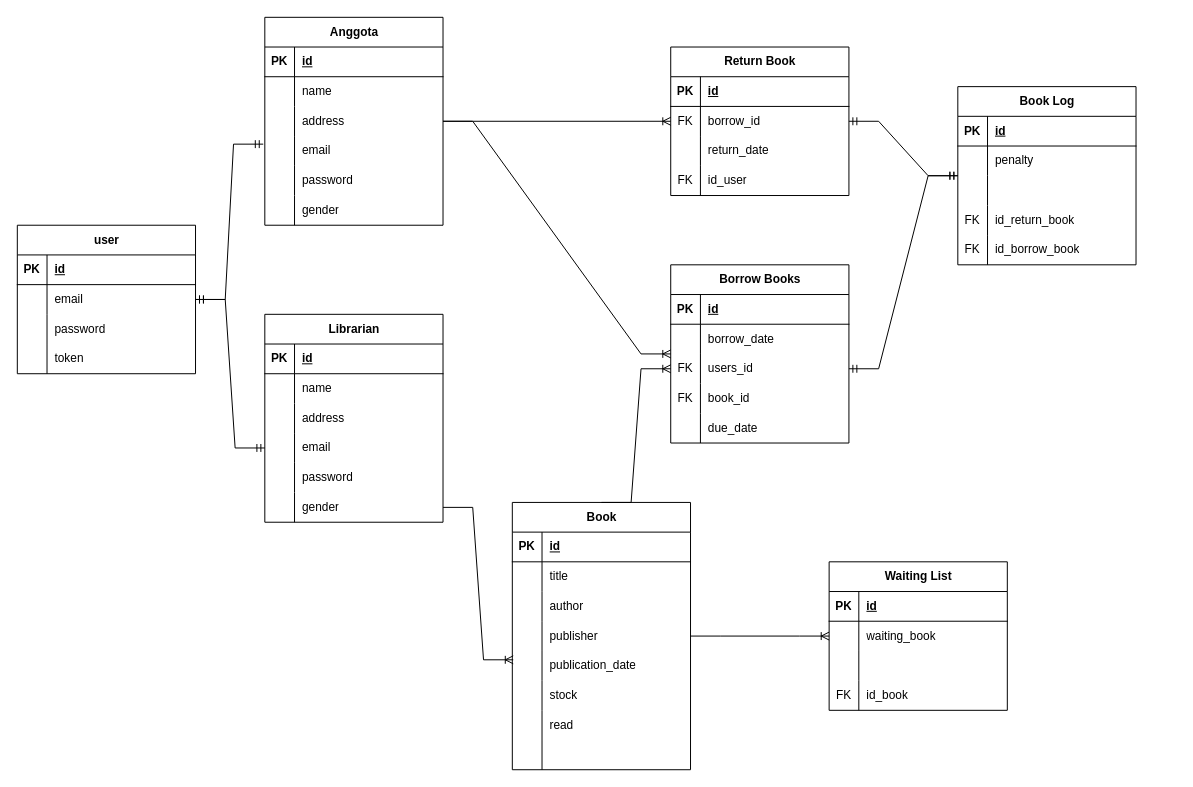
Syaal/library keeps this draw.io diagram as page "Entity" (1 of 3) of Diagram Tanpa Judul.drawio. Above is the earlier version. Source tidied: cells renumbered, new cells numbered last; positions are measured from the earlier drawing's top-left corner, leaving out a move shared by most shapes. Both pictures are drawn from the tidied source at 99%, with x=0, y=0 at pixel (17, 17).
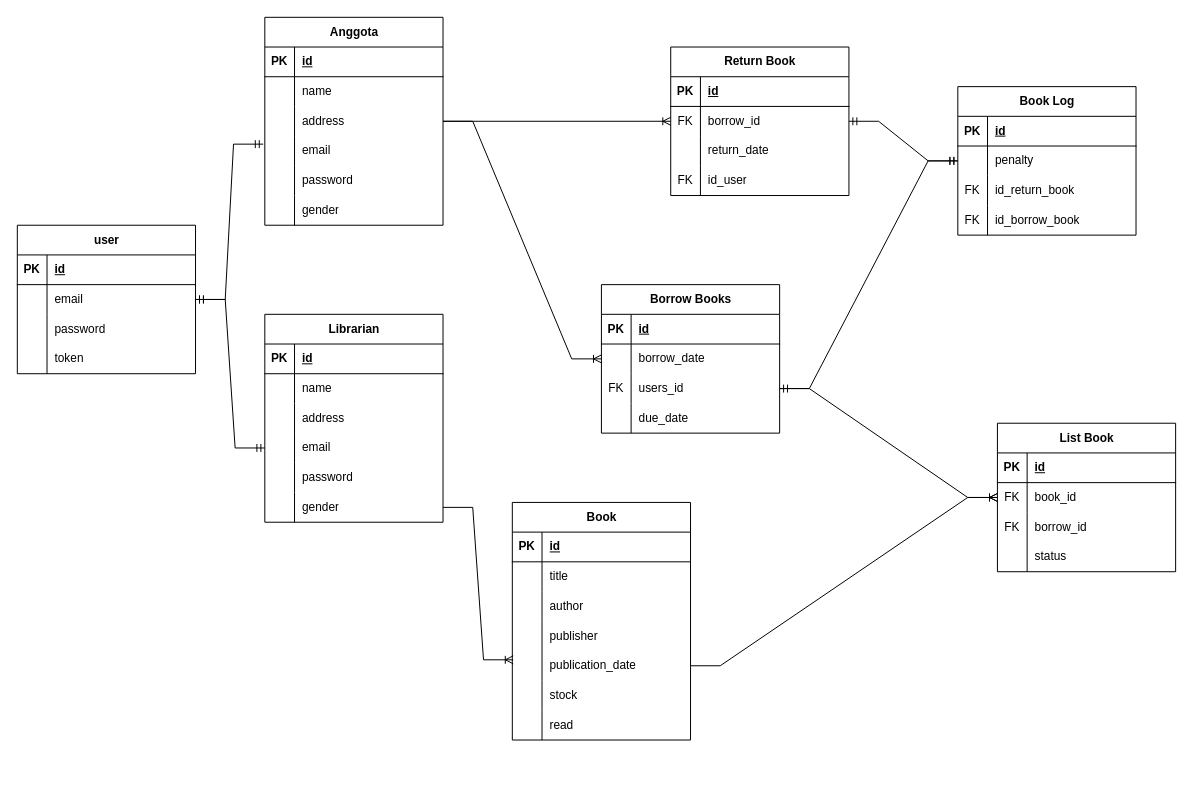
The same diagram, later.

Commit message:
Update entity bagian list book

Unchanged cells that the change refers to:
```xml
<mxCell id="15" style="shape=tableRow;horizontal=0;startSize=0;swimlaneHead=0;swimlaneBody=0;fillColor=none;points=[[0,0.5],[1,0.5]];portConstraint=eastwest;top=0;left=0;right=0;bottom=0;" parent="2" vertex="1">
  <mxGeometry y="150" width="180" height="30" as="geometry" />
</mxCell>
<mxCell id="53" style="shape=tableRow;horizontal=0;startSize=0;swimlaneHead=0;swimlaneBody=0;fillColor=none;points=[[0,0.5],[1,0.5]];portConstraint=eastwest;top=0;left=0;right=0;bottom=0;" parent="46" vertex="1">
  <mxGeometry y="90" width="180" height="30" as="geometry" />
</mxCell>
```

What changed in the source:
```diff
@@
     <mxCell id="2" value="Book" style="shape=table;startSize=30;childLayout=tableLayout;rowLines=0;fontStyle=1;align=center;html=1;" parent="1" vertex="1">
-      <mxGeometry x="500" y="490" width="180" height="270" as="geometry" />
+      <mxGeometry x="500" y="490" width="180" height="240" as="geometry" />
     </mxCell>
@@
-    <mxCell id="24" style="shape=tableRow;horizontal=0;startSize=0;swimlaneHead=0;swimlaneBody=0;fillColor=none;top=0;left=0;right=0;bottom=0;" parent="2" vertex="1">
-      <mxGeometry y="240" width="180" height="30" as="geometry" />
-    </mxCell>
-    <mxCell id="25" style="shape=partialRectangle;fillColor=none;top=0;left=0;bottom=0;right=0;overflow=hidden;whiteSpace=wrap;html=1;" parent="24" vertex="1">
-      <mxGeometry width="30" height="30" as="geometry" />
-    </mxCell>
-    <mxCell id="26" style="shape=partialRectangle;fillColor=none;top=0;left=0;bottom=0;right=0;align=left;spacingLeft=6;overflow=hidden;whiteSpace=wrap;html=1;" parent="24" vertex="1">
-      <mxGeometry x="30" width="150" height="30" as="geometry" />
-    </mxCell>
@@
     <mxCell id="46" value="Borrow Books" style="shape=table;startSize=30;childLayout=tableLayout;rowLines=0;fontStyle=1;align=center;html=1;" parent="1" vertex="1">
-      <mxGeometry x="660" y="250" width="180" height="180" as="geometry" />
+      <mxGeometry x="590" y="270" width="180" height="150" as="geometry" />
     </mxCell>
@@
-    <mxCell id="56" style="shape=tableRow;horizontal=0;startSize=0;swimlaneHead=0;swimlaneBody=0;fillColor=none;top=0;left=0;right=0;bottom=0;" parent="46" vertex="1">
-      <mxGeometry y="120" width="180" height="30" as="geometry" />
-    </mxCell>
-    <mxCell id="57" value="FK" style="shape=partialRectangle;fillColor=none;top=0;left=0;bottom=0;right=0;overflow=hidden;whiteSpace=wrap;html=1;" parent="56" vertex="1">
-      <mxGeometry width="30" height="30" as="geometry" />
-    </mxCell>
-    <mxCell id="58" value="book_id" style="shape=partialRectangle;fillColor=none;top=0;left=0;bottom=0;right=0;align=left;spacingLeft=6;overflow=hidden;whiteSpace=wrap;html=1;" parent="56" vertex="1">
-      <mxGeometry x="30" width="150" height="30" as="geometry" />
-    </mxCell>
     <mxCell id="59" style="shape=tableRow;horizontal=0;startSize=0;swimlaneHead=0;swimlaneBody=0;fillColor=none;top=0;left=0;right=0;bottom=0;" parent="46" vertex="1">
-      <mxGeometry y="150" width="180" height="30" as="geometry" />
+      <mxGeometry y="120" width="180" height="30" as="geometry" />
     </mxCell>
@@
-    <mxCell id="63" style="edgeStyle=entityRelationEdgeStyle;fontSize=12;html=1;endArrow=ERoneToMany;rounded=0;exitX=0.5;exitY=0;exitDx=0;exitDy=0;entryX=0;entryY=0.5;entryDx=0;entryDy=0;" parent="1" edge="1" source="2" target="53">
-      <mxGeometry relative="1" as="geometry" />
-    </mxCell>
@@
     <mxCell id="77" value="Book Log" style="shape=table;startSize=30;childLayout=tableLayout;rowLines=0;fontStyle=1;align=center;html=1;" parent="1" vertex="1">
-      <mxGeometry x="950" y="70" width="180" height="180" as="geometry" />
+      <mxGeometry x="950" y="70" width="180" height="150" as="geometry" />
     </mxCell>
@@
-    <mxCell id="84" style="shape=tableRow;horizontal=0;startSize=0;swimlaneHead=0;swimlaneBody=0;fillColor=none;top=0;left=0;right=0;bottom=0;" parent="77" vertex="1">
-      <mxGeometry y="90" width="180" height="30" as="geometry" />
-    </mxCell>
-    <mxCell id="85" style="shape=partialRectangle;fillColor=none;top=0;left=0;bottom=0;right=0;overflow=hidden;whiteSpace=wrap;html=1;" parent="84" vertex="1">
-      <mxGeometry width="30" height="30" as="geometry" />
-    </mxCell>
-    <mxCell id="86" style="shape=partialRectangle;fillColor=none;top=0;left=0;bottom=0;right=0;align=left;spacingLeft=6;overflow=hidden;whiteSpace=wrap;html=1;" parent="84" vertex="1">
-      <mxGeometry x="30" width="150" height="30" as="geometry" />
-    </mxCell>
     <mxCell id="87" style="shape=tableRow;horizontal=0;startSize=0;swimlaneHead=0;swimlaneBody=0;fillColor=none;top=0;left=0;right=0;bottom=0;" parent="77" vertex="1">
-      <mxGeometry y="120" width="180" height="30" as="geometry" />
+      <mxGeometry y="90" width="180" height="30" as="geometry" />
     </mxCell>
@@
     <mxCell id="90" style="shape=tableRow;horizontal=0;startSize=0;swimlaneHead=0;swimlaneBody=0;fillColor=none;top=0;left=0;right=0;bottom=0;" parent="77" vertex="1">
-      <mxGeometry y="150" width="180" height="30" as="geometry" />
+      <mxGeometry y="120" width="180" height="30" as="geometry" />
     </mxCell>
@@
-    <mxCell id="96" value="Waiting List" style="shape=table;startSize=30;childLayout=tableLayout;rowLines=0;fontStyle=1;align=center;html=1;" parent="1" vertex="1">
-      <mxGeometry x="820" y="550" width="180" height="150" as="geometry" />
-    </mxCell>
-    <mxCell id="97" style="shape=tableRow;horizontal=0;startSize=0;swimlaneHead=0;swimlaneBody=0;fillColor=none;top=0;left=0;right=0;bottom=1;" parent="96" vertex="1">
-      <mxGeometry y="30" width="180" height="30" as="geometry" />
-    </mxCell>
-    <mxCell id="98" value="PK" style="shape=partialRectangle;fillColor=none;top=0;left=0;bottom=0;right=0;fontStyle=1;overflow=hidden;whiteSpace=wrap;html=1;" parent="97" vertex="1">
-      <mxGeometry width="30" height="30" as="geometry" />
-    </mxCell>
-    <mxCell id="99" value="id" style="shape=partialRectangle;fillColor=none;top=0;left=0;bottom=0;right=0;align=left;spacingLeft=6;fontStyle=5;overflow=hidden;whiteSpace=wrap;html=1;" parent="97" vertex="1">
-      <mxGeometry x="30" width="150" height="30" as="geometry" />
-    </mxCell>
-    <mxCell id="100" style="shape=tableRow;horizontal=0;startSize=0;swimlaneHead=0;swimlaneBody=0;fillColor=none;points=[[0,0.5],[1,0.5]];portConstraint=eastwest;top=0;left=0;right=0;bottom=0;" parent="96" vertex="1">
-      <mxGeometry y="60" width="180" height="30" as="geometry" />
-    </mxCell>
-    <mxCell id="101" style="shape=partialRectangle;fillColor=none;top=0;left=0;bottom=0;right=0;overflow=hidden;whiteSpace=wrap;html=1;" parent="100" vertex="1">
-      <mxGeometry width="30" height="30" as="geometry" />
-    </mxCell>
-    <mxCell id="102" value="waiting_book" style="shape=partialRectangle;fillColor=none;top=0;left=0;bottom=0;right=0;align=left;spacingLeft=6;overflow=hidden;whiteSpace=wrap;html=1;" parent="100" vertex="1">
-      <mxGeometry x="30" width="150" height="30" as="geometry" />
-    </mxCell>
-    <mxCell id="103" style="shape=tableRow;horizontal=0;startSize=0;swimlaneHead=0;swimlaneBody=0;fillColor=none;top=0;left=0;right=0;bottom=0;" parent="96" vertex="1">
-      <mxGeometry y="90" width="180" height="30" as="geometry" />
-    </mxCell>
-    <mxCell id="104" style="shape=partialRectangle;fillColor=none;top=0;left=0;bottom=0;right=0;overflow=hidden;whiteSpace=wrap;html=1;" parent="103" vertex="1">
-      <mxGeometry width="30" height="30" as="geometry" />
-    </mxCell>
-    <mxCell id="105" style="shape=partialRectangle;fillColor=none;top=0;left=0;bottom=0;right=0;align=left;spacingLeft=6;overflow=hidden;whiteSpace=wrap;html=1;" parent="103" vertex="1">
-      <mxGeometry x="30" width="150" height="30" as="geometry" />
-    </mxCell>
-    <mxCell id="106" style="shape=tableRow;horizontal=0;startSize=0;swimlaneHead=0;swimlaneBody=0;fillColor=none;top=0;left=0;right=0;bottom=0;" parent="96" vertex="1">
-      <mxGeometry y="120" width="180" height="30" as="geometry" />
-    </mxCell>
-    <mxCell id="107" value="FK" style="shape=partialRectangle;fillColor=none;top=0;left=0;bottom=0;right=0;overflow=hidden;whiteSpace=wrap;html=1;" parent="106" vertex="1">
-      <mxGeometry width="30" height="30" as="geometry" />
-    </mxCell>
-    <mxCell id="108" value="id_book" style="shape=partialRectangle;fillColor=none;top=0;left=0;bottom=0;right=0;align=left;spacingLeft=6;overflow=hidden;whiteSpace=wrap;html=1;" parent="106" vertex="1">
-      <mxGeometry x="30" width="150" height="30" as="geometry" />
-    </mxCell>
-    <mxCell id="109" style="edgeStyle=entityRelationEdgeStyle;fontSize=12;html=1;endArrow=ERoneToMany;rounded=0;entryX=0;entryY=0.5;entryDx=0;entryDy=0;" parent="1" edge="1" source="2" target="100">
-      <mxGeometry relative="1" as="geometry" />
-    </mxCell>
@@
+    <mxCell id="145" value="List Book" style="shape=table;startSize=30;childLayout=tableLayout;rowLines=0;fontStyle=1;align=center;html=1;" parent="1" vertex="1">
+      <mxGeometry x="990" y="410" width="180" height="150" as="geometry" />
+    </mxCell>
+    <mxCell id="97" style="shape=tableRow;horizontal=0;startSize=0;swimlaneHead=0;swimlaneBody=0;fillColor=none;top=0;left=0;right=0;bottom=1;" parent="145" vertex="1">
+      <mxGeometry y="30" width="180" height="30" as="geometry" />
+    </mxCell>
+    <mxCell id="98" value="PK" style="shape=partialRectangle;fillColor=none;top=0;left=0;bottom=0;right=0;fontStyle=1;overflow=hidden;whiteSpace=wrap;html=1;" parent="97" vertex="1">
+      <mxGeometry width="30" height="30" as="geometry" />
+    </mxCell>
+    <mxCell id="99" value="id" style="shape=partialRectangle;fillColor=none;top=0;left=0;bottom=0;right=0;align=left;spacingLeft=6;fontStyle=5;overflow=hidden;whiteSpace=wrap;html=1;" parent="97" vertex="1">
+      <mxGeometry x="30" width="150" height="30" as="geometry" />
+    </mxCell>
+    <mxCell id="100" style="shape=tableRow;horizontal=0;startSize=0;swimlaneHead=0;swimlaneBody=0;fillColor=none;points=[[0,0.5],[1,0.5]];portConstraint=eastwest;top=0;left=0;right=0;bottom=0;" parent="145" vertex="1">
+      <mxGeometry y="60" width="180" height="30" as="geometry" />
+    </mxCell>
+    <mxCell id="146" value="FK" style="shape=partialRectangle;fillColor=none;top=0;left=0;bottom=0;right=0;overflow=hidden;whiteSpace=wrap;html=1;" parent="100" vertex="1">
+      <mxGeometry width="30" height="30" as="geometry" />
+    </mxCell>
+    <mxCell id="58" value="book_id" style="shape=partialRectangle;fillColor=none;top=0;left=0;bottom=0;right=0;align=left;spacingLeft=6;overflow=hidden;whiteSpace=wrap;html=1;" parent="100" vertex="1">
+      <mxGeometry x="30" width="150" height="30" as="geometry" />
+    </mxCell>
+    <mxCell id="147" style="shape=tableRow;horizontal=0;startSize=0;swimlaneHead=0;swimlaneBody=0;fillColor=none;top=0;left=0;right=0;bottom=0;" parent="145" vertex="1">
+      <mxGeometry y="90" width="180" height="30" as="geometry" />
+    </mxCell>
+    <mxCell id="148" value="FK" style="shape=partialRectangle;fillColor=none;top=0;left=0;bottom=0;right=0;overflow=hidden;whiteSpace=wrap;html=1;" parent="147" vertex="1">
+      <mxGeometry width="30" height="30" as="geometry" />
+    </mxCell>
+    <mxCell id="149" value="borrow_id" style="shape=partialRectangle;fillColor=none;top=0;left=0;bottom=0;right=0;align=left;spacingLeft=6;overflow=hidden;whiteSpace=wrap;html=1;" parent="147" vertex="1">
+      <mxGeometry x="30" width="150" height="30" as="geometry" />
+    </mxCell>
+    <mxCell id="150" style="shape=tableRow;horizontal=0;startSize=0;swimlaneHead=0;swimlaneBody=0;fillColor=none;top=0;left=0;right=0;bottom=0;" parent="145" vertex="1">
+      <mxGeometry y="120" width="180" height="30" as="geometry" />
+    </mxCell>
+    <mxCell id="151" style="shape=partialRectangle;fillColor=none;top=0;left=0;bottom=0;right=0;overflow=hidden;whiteSpace=wrap;html=1;" parent="150" vertex="1">
+      <mxGeometry width="30" height="30" as="geometry" />
+    </mxCell>
+    <mxCell id="152" value="status" style="shape=partialRectangle;fillColor=none;top=0;left=0;bottom=0;right=0;align=left;spacingLeft=6;overflow=hidden;whiteSpace=wrap;html=1;" parent="150" vertex="1">
+      <mxGeometry x="30" width="150" height="30" as="geometry" />
+    </mxCell>
+    <mxCell id="153" style="edgeStyle=entityRelationEdgeStyle;fontSize=12;html=1;endArrow=ERoneToMany;rounded=0;exitX=1;exitY=0.5;exitDx=0;exitDy=0;entryX=0;entryY=0.5;entryDx=0;entryDy=0;" parent="1" edge="1" source="15" target="100">
+      <mxGeometry relative="1" as="geometry" />
+    </mxCell>
+    <mxCell id="154" style="edgeStyle=entityRelationEdgeStyle;fontSize=12;html=1;endArrow=ERoneToMany;rounded=0;exitX=1;exitY=0.5;exitDx=0;exitDy=0;entryX=0;entryY=0.5;entryDx=0;entryDy=0;" parent="1" edge="1" source="53" target="100">
+      <mxGeometry relative="1" as="geometry" />
+    </mxCell>
```
